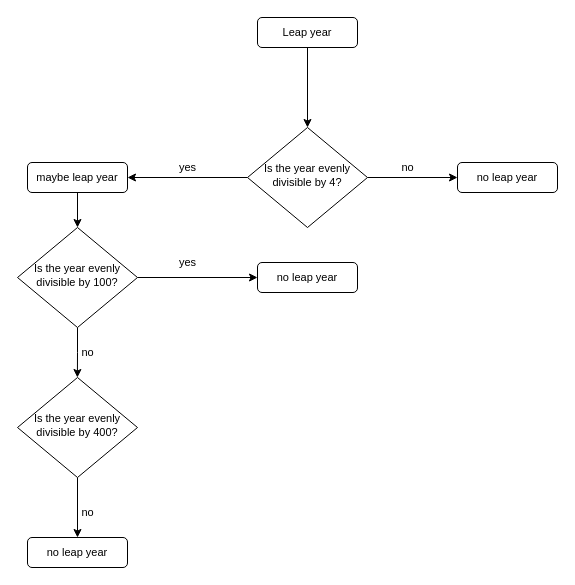
CodeGitte/100daysofcode_day2_tipcalculator keeps this draw.io diagram as Unbenanntes Diagramm.drawio. Above is the earlier version. Source tidied: cells renumbered, new cells numbered last; positions are measured from the earlier drawing's top-left corner, leaving out a move shared by most shapes. Both pictures are drawn from the tidied source at 100%, with x=0, y=0 at pixel (17, 17).
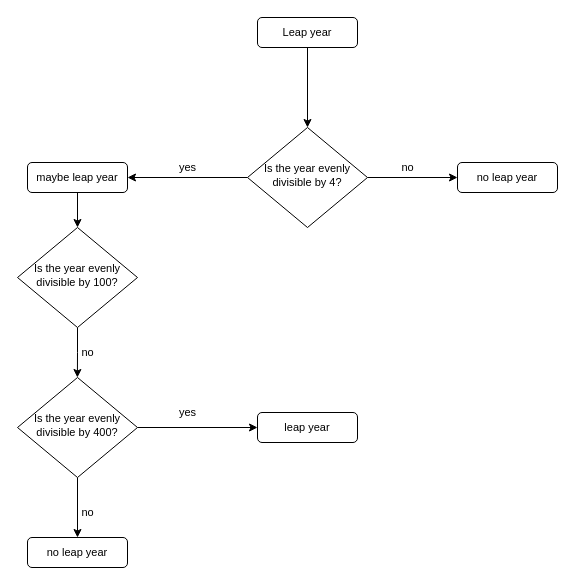
The same page after the edit.

Unchanged cells that the change refers to:
```xml
<mxCell id="10" value="Is the year evenly divisible by 100?" style="rhombus;whiteSpace=wrap;html=1;shadow=0;fontFamily=Helvetica;fontSize=11;align=center;strokeWidth=1;spacing=6;spacingTop=-4;" parent="1" vertex="1">
  <mxGeometry y="210" width="120" height="100" as="geometry" />
</mxCell>
<mxCell id="19" value="Is the year evenly divisible by 400?" style="rhombus;whiteSpace=wrap;html=1;shadow=0;fontFamily=Helvetica;fontSize=11;align=center;strokeWidth=1;spacing=6;spacingTop=-4;" parent="1" vertex="1">
  <mxGeometry y="360" width="120" height="100" as="geometry" />
</mxCell>
```

What changed in the source:
```diff
@@
-    <mxCell id="9" style="edgeStyle=orthogonalEdgeStyle;rounded=0;jettySize=auto;html=1;exitX=1;exitY=0.5;exitDx=0;exitDy=0;entryX=0;entryY=0.5;entryDx=0;entryDy=0;fontSize=11;" parent="1" edge="1" source="10" target="15">
-      <mxGeometry relative="1" as="geometry" />
-    </mxCell>
@@
-    <mxCell id="15" value="no leap year" style="rounded=1;whiteSpace=wrap;html=1;fontSize=11;glass=0;strokeWidth=1;shadow=0;" parent="1" vertex="1">
-      <mxGeometry x="240" y="245" width="100" height="30" as="geometry" />
-    </mxCell>
-    <mxCell id="16" value="yes" style="text;html=1;align=center;verticalAlign=middle;strokeColor=none;fillColor=none;fontSize=11;" parent="1" vertex="1">
-      <mxGeometry x="150" y="230" width="40" height="30" as="geometry" />
-    </mxCell>
@@
+    <mxCell id="22" style="edgeStyle=orthogonalEdgeStyle;rounded=0;jettySize=auto;html=1;exitX=1;exitY=0.5;exitDx=0;exitDy=0;fontSize=11;" parent="1" edge="1" source="19" target="23">
+      <mxGeometry relative="1" as="geometry" />
+    </mxCell>
@@
+    <mxCell id="23" value="leap year" style="rounded=1;whiteSpace=wrap;html=1;fontSize=11;glass=0;strokeWidth=1;shadow=0;" parent="1" vertex="1">
+      <mxGeometry x="240" y="395" width="100" height="30" as="geometry" />
+    </mxCell>
+    <mxCell id="16" value="yes" style="text;html=1;align=center;verticalAlign=middle;strokeColor=none;fillColor=none;fontSize=11;" parent="1" vertex="1">
+      <mxGeometry x="150" y="380" width="40" height="30" as="geometry" />
+    </mxCell>
```
